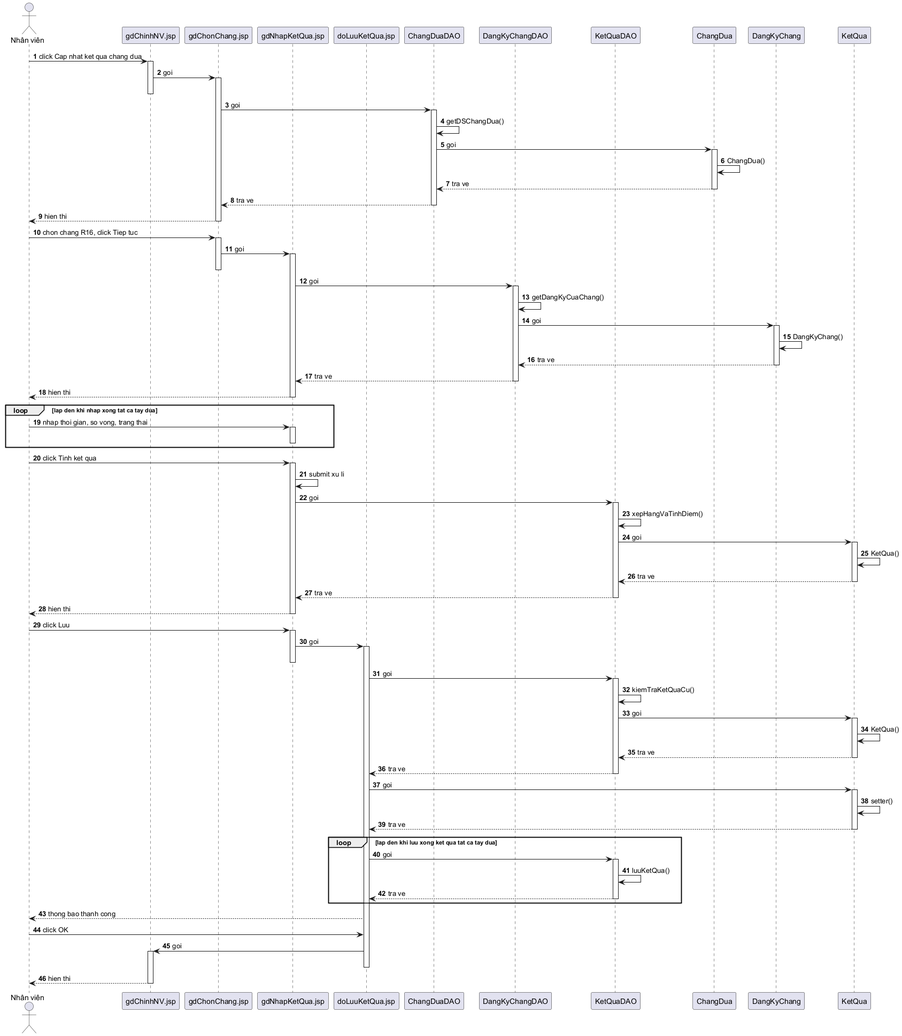
Earlier version of the PlantUML export Module 3 - Kiet/hinh/ref/7-2-bieu-do-tuan-tu-sequence.png (7gho/CNPM-He2026).
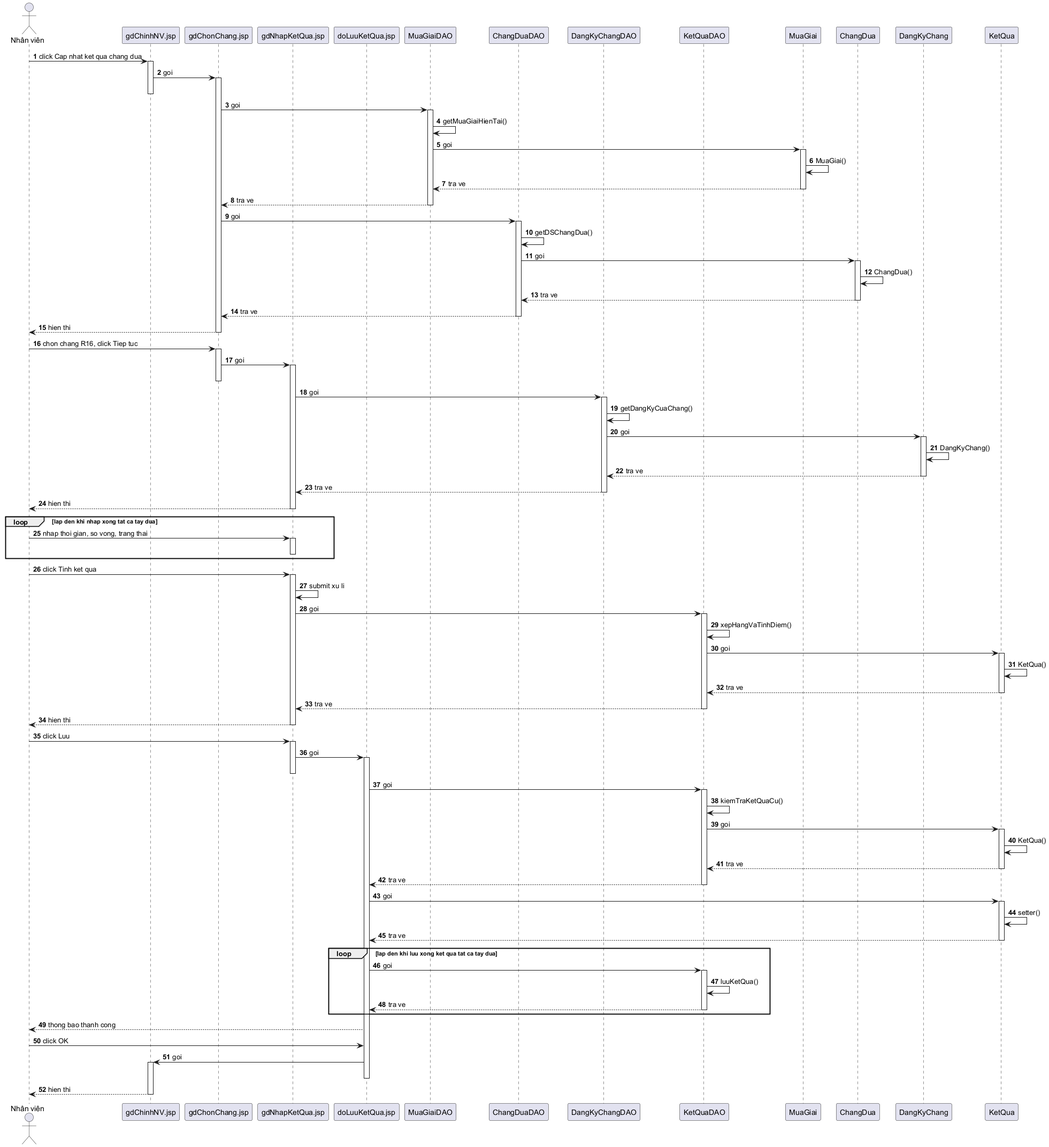
Above is the later version.

What changed in the source:
```diff
@@ -5,9 +5,11 @@
 participant "gdChonChang.jsp" as V1
 participant "gdNhapKetQua.jsp" as V2
 participant "doLuuKetQua.jsp" as V3
+participant "MuaGiaiDAO" as D0
 participant "ChangDuaDAO" as D1
 participant "DangKyChangDAO" as D2
 participant "KetQuaDAO" as D3
+participant "MuaGiai" as E0
 participant "ChangDua" as E1
 participant "DangKyChang" as E2
 participant "KetQua" as E3
@@ -17,6 +19,16 @@
 V0 -> V1 : goi
 activate V1
 deactivate V0
+V1 -> D0 : goi
+activate D0
+D0 -> D0 : getMuaGiaiHienTai()
+D0 -> E0 : goi
+activate E0
+E0 -> E0 : MuaGiai()
+E0 --> D0 : tra ve
+deactivate E0
+D0 --> V1 : tra ve
+deactivate D0
 V1 -> D1 : goi
 activate D1
 D1 -> D1 : getDSChangDua()
```
